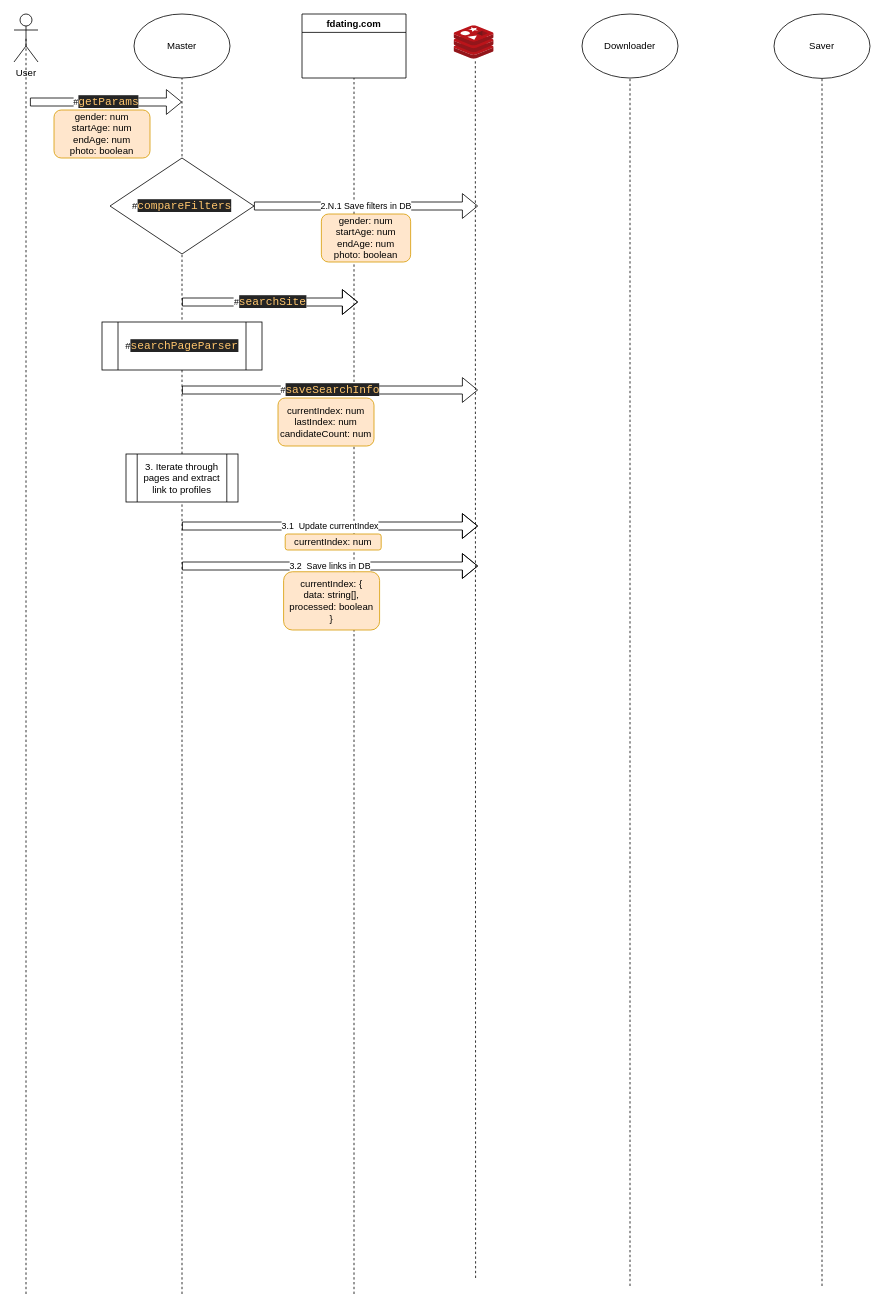
Earlier version of the draw.io diagram diagrams/architecture.drawio (Kal9Isa/fdating-profile-collector). Source tidied: cells renumbered, new cells numbered last; positions are measured from the earlier drawing's top-left corner, leaving out a move shared by most shapes. Both pictures are drawn from the tidied source at 80%, with x=0, y=0 at pixel (14, 14).
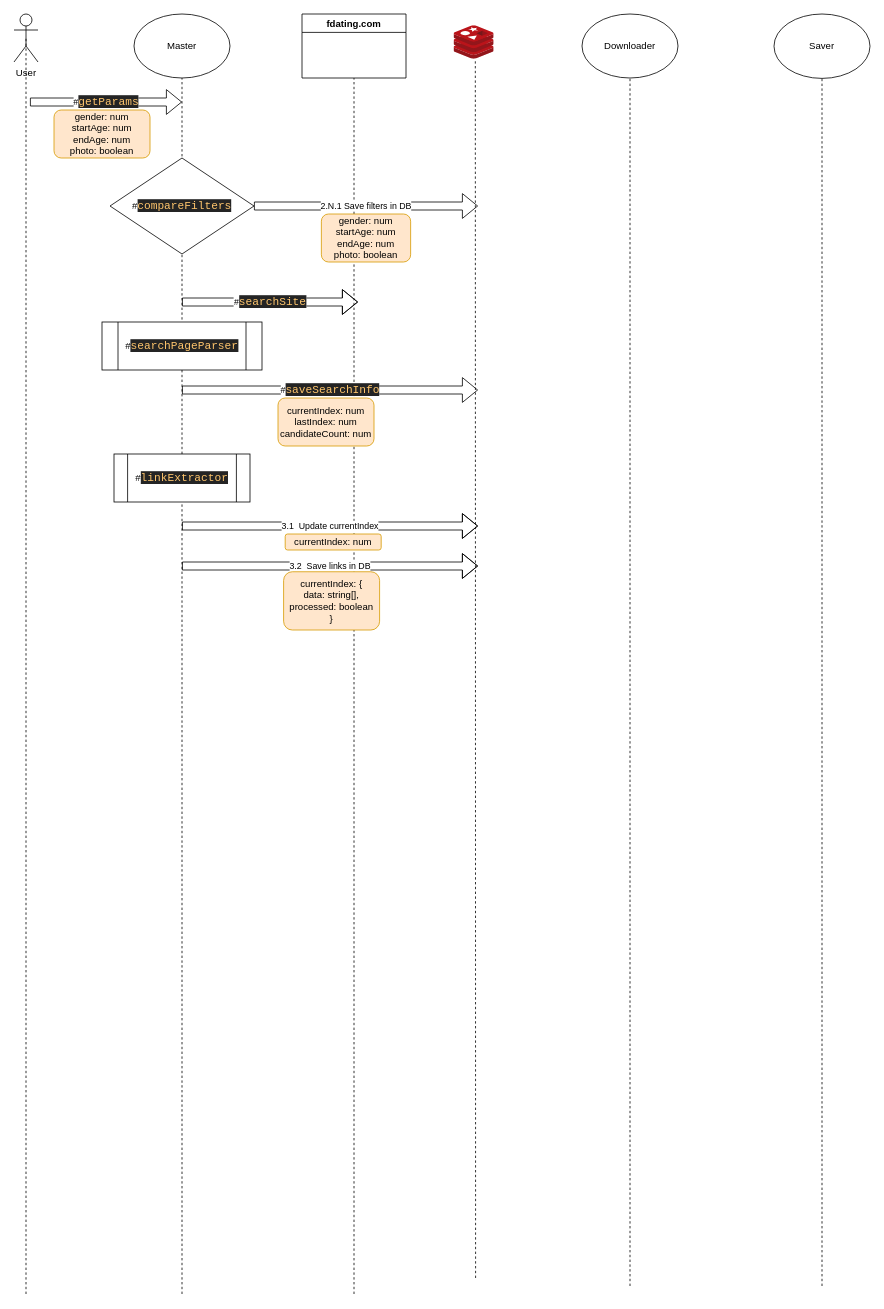
The same diagram, later.

Commit message (it also covers changes not shown here):
updated link extractor

Diff of the diagram source:
```diff
@@
-    <mxCell id="26" value="3. Iterate through pages and extract link to profiles" style="shape=process;whiteSpace=wrap;html=1;backgroundOutline=1;" parent="1" vertex="1">
-      <mxGeometry x="140" y="550" width="140" height="60" as="geometry" />
+    <mxCell id="26" value="#&lt;span style=&quot;color: rgb(255 , 198 , 109) ; background-color: rgb(36 , 36 , 36) ; font-family: &amp;#34;droid sans mono&amp;#34; , monospace , monospace , &amp;#34;droid sans fallback&amp;#34; ; font-size: 14px&quot;&gt;linkExtractor&lt;/span&gt;" style="shape=process;whiteSpace=wrap;html=1;backgroundOutline=1;" parent="1" vertex="1">
+      <mxGeometry x="125" y="550" width="170" height="60" as="geometry" />
     </mxCell>
```
